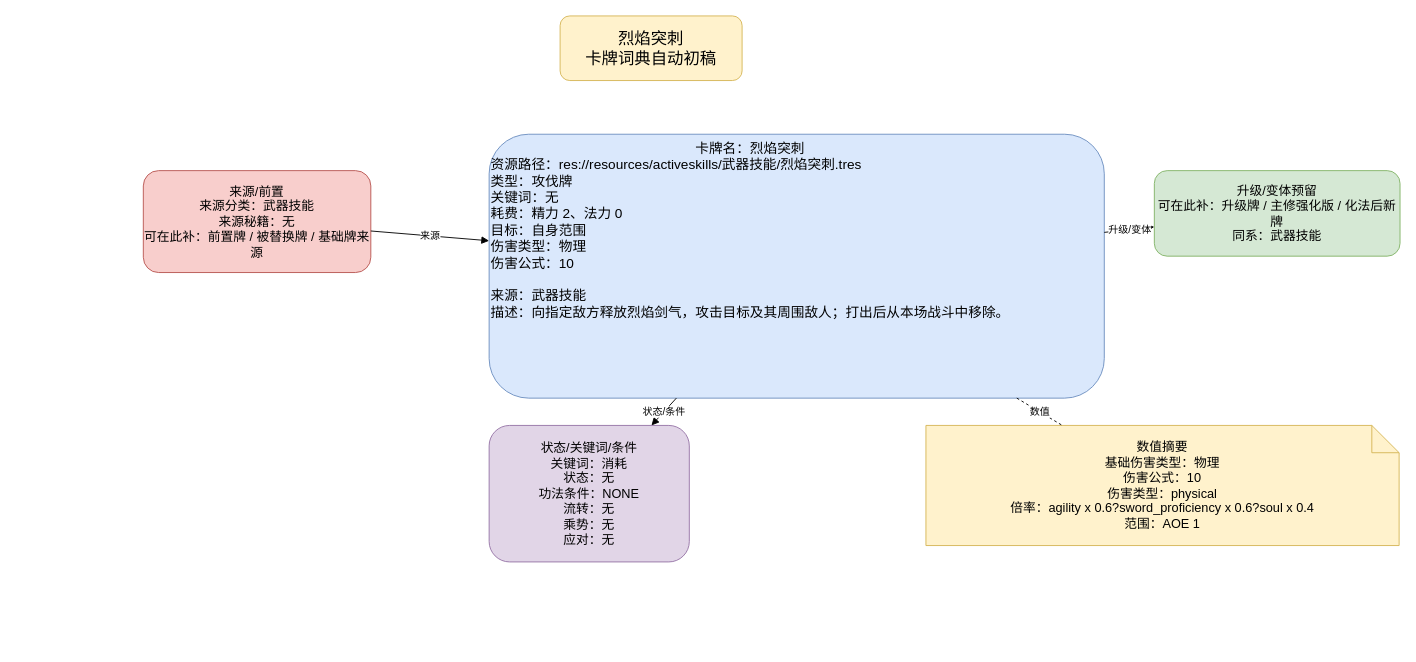
The draw.io diagram page "烈焰突刺" (1 of 2) of docs/卡牌词典/武器技能/烈焰突刺.drawio in ankundanetracyc-spec/tian-guan-you-du, before the edit. Source tidied: cells renumbered, new cells numbered last; positions are measured from the earlier drawing's top-left corner, leaving out a move shared by most shapes. Both pictures are drawn from the tidied source at 91%, with x=0, y=0 at pixel (143, 15).
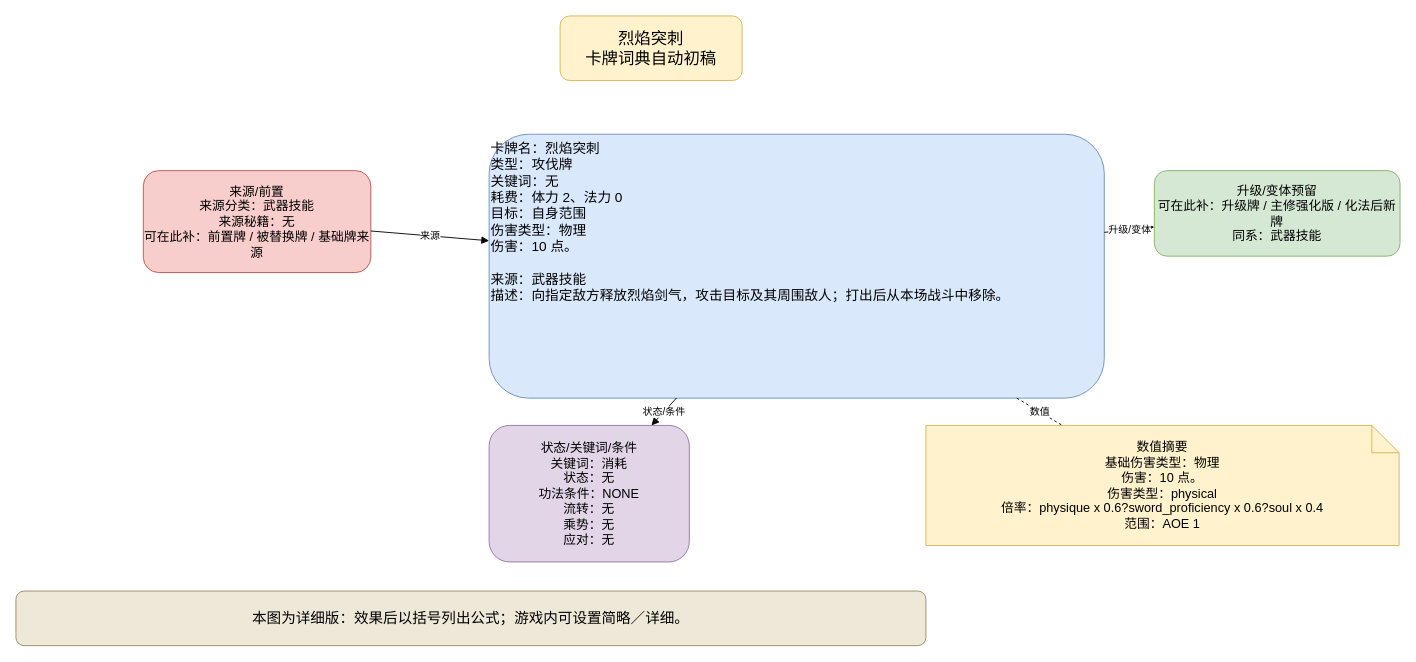
The same page after the edit.

What changed in the source:
```diff
@@
 <mxGraphModel>
   <root>
     <mxCell id="0" />
     <mxCell id="1" parent="0" />
     <mxCell id="2" value="烈焰突刺&#10;卡牌词典自动初稿" style="rounded=1;whiteSpace=wrap;html=1;fillColor=#fff2cc;strokeColor=#d6b656;fontSize=18;" parent="1" vertex="1">
       <mxGeometry x="458" width="200" height="71" as="geometry" />
     </mxCell>
-    <mxCell id="3" value="&lt;div style=&quot;text-align:center;&quot;&gt;卡牌名：烈焰突刺&lt;/div&gt;&lt;div style=&quot;text-align:left;&quot;&gt;资源路径：res://resources/activeskills/武器技能/烈焰突刺.tres&lt;br&gt;类型：攻伐牌&lt;br&gt;关键词：无&lt;br&gt;耗费：精力 2、法力 0&lt;br&gt;目标：自身范围&lt;br&gt;伤害类型：物理&lt;br&gt;伤害公式：10&lt;/div&gt;&lt;br&gt;来源：武器技能&lt;br&gt;描述：向指定敌方释放烈焰剑气，攻击目标及其周围敌人；打出后从本场战斗中移除。" style="rounded=1;whiteSpace=wrap;html=1;fillColor=#dae8fc;strokeColor=#6c8ebf;fontSize=15;align=left;verticalAlign=top;" parent="1" vertex="1">
+    <mxCell id="3" value="卡牌名：烈焰突刺&#10;类型：攻伐牌&#10;关键词：无&#10;耗费：体力 2、法力 0&#10;目标：自身范围&#10;伤害类型：物理&#10;伤害：10 点。&#10;&#10;来源：武器技能&#10;描述：向指定敌方释放烈焰剑气，攻击目标及其周围敌人；打出后从本场战斗中移除。" style="rounded=1;whiteSpace=wrap;html=1;fillColor=#dae8fc;strokeColor=#6c8ebf;fontSize=15;align=left;verticalAlign=top;" parent="1" vertex="1">
       <mxGeometry x="380" y="130" width="676" height="290" as="geometry" />
     </mxCell>
     <mxCell id="4" value="来源/前置&#10;来源分类：武器技能&#10;来源秘籍：无&#10;可在此补：前置牌 / 被替换牌 / 基础牌来源" style="rounded=1;whiteSpace=wrap;html=1;fillColor=#f8cecc;strokeColor=#b85450;fontSize=14;" parent="1" vertex="1">
       <mxGeometry y="170" width="250" height="112" as="geometry" />
     </mxCell>
     <mxCell id="5" value="升级/变体预留&#10;可在此补：升级牌 / 主修强化版 / 化法后新牌&#10;同系：武器技能" style="rounded=1;whiteSpace=wrap;html=1;fillColor=#d5e8d4;strokeColor=#82b366;fontSize=14;" parent="1" vertex="1">
       <mxGeometry x="1111" y="170" width="270" height="94" as="geometry" />
     </mxCell>
     <mxCell id="6" value="状态/关键词/条件&#10;关键词：消耗&#10;状态：无&#10;功法条件：NONE&#10;流转：无&#10;乘势：无&#10;应对：无" style="rounded=1;whiteSpace=wrap;html=1;fillColor=#e1d5e7;strokeColor=#9673a6;fontSize=14;" parent="1" vertex="1">
       <mxGeometry x="380" y="450" width="220" height="150" as="geometry" />
     </mxCell>
-    <mxCell id="7" value="数值摘要&lt;br&gt;基础伤害类型：物理&lt;br&gt;伤害公式：10&lt;br&gt;伤害类型：physical&lt;br&gt;倍率：agility x 0.6?sword_proficiency x 0.6?soul x 0.4&lt;br&gt;范围：AOE 1" style="shape=note;whiteSpace=wrap;html=1;fillColor=#fff2cc;strokeColor=#d6b656;fontSize=14;" parent="1" vertex="1">
+    <mxCell id="7" value="数值摘要&lt;br&gt;基础伤害类型：物理&lt;br&gt;伤害：10 点。&lt;br&gt;伤害类型：physical&lt;br&gt;倍率：physique x 0.6?sword_proficiency x 0.6?soul x 0.4&lt;br&gt;范围：AOE 1" style="shape=note;whiteSpace=wrap;html=1;fillColor=#fff2cc;strokeColor=#d6b656;fontSize=14;" parent="1" vertex="1">
       <mxGeometry x="860" y="450" width="520" height="132" as="geometry" />
     </mxCell>
     <mxCell id="8" value="来源" style="endArrow=block;html=1;rounded=0;" parent="1" edge="1" source="4" target="3">
       <mxGeometry relative="1" as="geometry" />
     </mxCell>
     <mxCell id="9" value="升级/变体" style="endArrow=block;html=1;rounded=0;" parent="1" edge="1" source="3" target="5">
       <mxGeometry relative="1" as="geometry" />
     </mxCell>
     <mxCell id="10" value="状态/条件" style="endArrow=block;html=1;rounded=0;" parent="1" edge="1" source="3" target="6">
       <mxGeometry relative="1" as="geometry" />
     </mxCell>
     <mxCell id="11" value="数值" style="endArrow=none;dashed=1;html=1;" parent="1" edge="1" source="3" target="7">
       <mxGeometry relative="1" as="geometry" />
     </mxCell>
+    <mxCell id="12" value="本图为详细版：效果后以括号列出公式；游戏内可设置简略／详细。" style="rounded=1;whiteSpace=wrap;html=1;fillColor=#eee8d8;strokeColor=#9a8967;fontSize=16;" parent="1" vertex="1">
+      <mxGeometry x="-140" y="632" width="1000" height="60" as="geometry" />
+    </mxCell>
   </root>
 </mxGraphModel>
```
